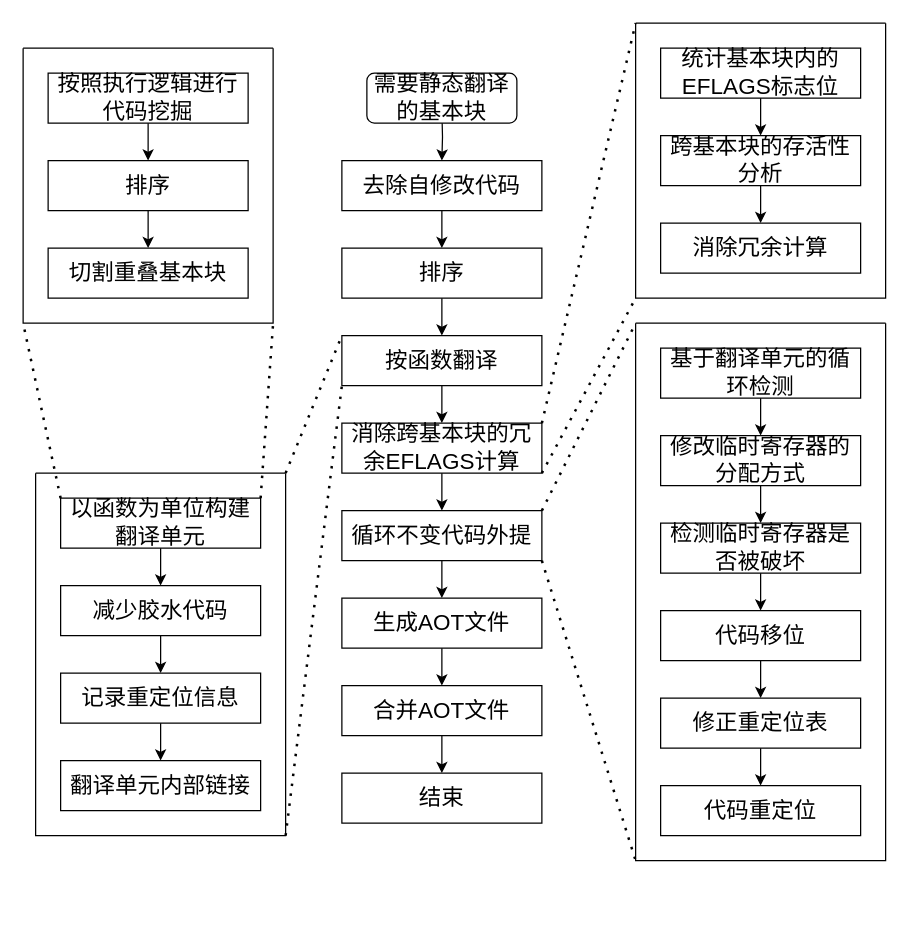
Before: page "第 32 页" (35 of 50) of lajit.drawio in ganjue66da/ganjue66da, a draw.io diagram. Source tidied: cells renumbered, new cells numbered last; positions are measured from the earlier drawing's top-left corner, leaving out a move shared by most shapes. Both pictures are drawn from the tidied source at 125%, with x=0, y=0 at pixel (22, 22).
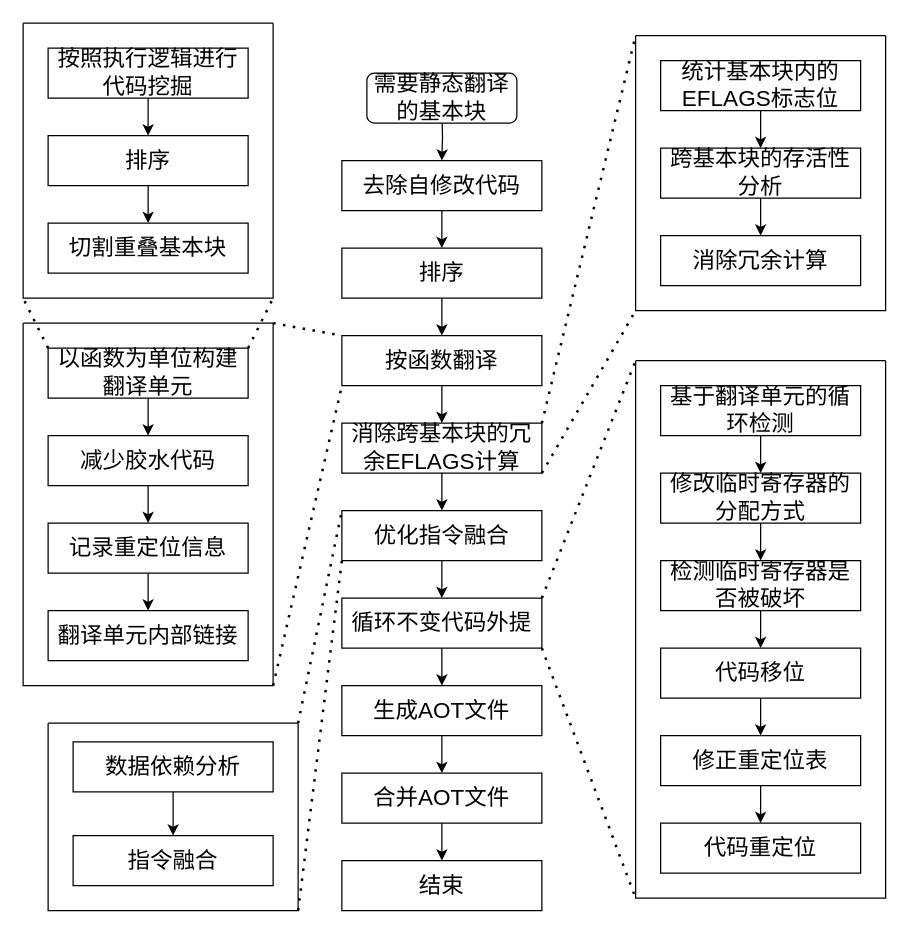
After the change.

Unchanged cells that the change refers to:
```xml
<mxCell id="11" value="消除跨基本块的冗余EFLAGS计算" style="rounded=0;whiteSpace=wrap;html=1;fontSize=18;fillColor=none;" parent="1" vertex="1">
  <mxGeometry x="255" y="320" width="160" height="40" as="geometry" />
</mxCell>
```

Diff of the diagram source:
```diff
@@
-    <mxCell id="10" style="edgeStyle=orthogonalEdgeStyle;rounded=0;jettySize=auto;html=1;" parent="1" edge="1" source="11" target="13">
-      <mxGeometry relative="1" as="geometry" />
-    </mxCell>
+    <mxCell id="59" style="edgeStyle=orthogonalEdgeStyle;rounded=0;jettySize=auto;html=1;fontSize=18;" parent="1" edge="1" source="11" target="61">
+      <mxGeometry relative="1" as="geometry" />
+    </mxCell>
@@
     <mxCell id="13" value="循环不变代码外提" style="rounded=0;whiteSpace=wrap;html=1;fontSize=18;fillColor=none;" parent="1" vertex="1">
-      <mxGeometry x="255" y="390" width="160" height="40" as="geometry" />
+      <mxGeometry x="255" y="460" width="160" height="40" as="geometry" />
     </mxCell>
     <mxCell id="14" style="edgeStyle=orthogonalEdgeStyle;rounded=0;jettySize=auto;html=1;" parent="1" edge="1" source="15">
       <mxGeometry relative="1" as="geometry">
-        <mxPoint x="335" y="530" as="targetPoint" />
+        <mxPoint x="335" y="600" as="targetPoint" />
       </mxGeometry>
     </mxCell>
     <mxCell id="15" value="生成AOT文件" style="rounded=0;whiteSpace=wrap;html=1;fontSize=18;fillColor=none;" parent="1" vertex="1">
-      <mxGeometry x="255" y="460" width="160" height="40" as="geometry" />
+      <mxGeometry x="255" y="530" width="160" height="40" as="geometry" />
     </mxCell>
@@
     <mxCell id="17" style="swimlane;startSize=0;" parent="1" vertex="1">
-      <mxGeometry x="10" y="360" width="200" height="290" as="geometry" />
+      <mxGeometry y="240" width="200" height="290" as="geometry" />
     </mxCell>
@@
     <mxCell id="26" style="swimlane;startSize=0;" parent="1" vertex="1">
-      <mxGeometry y="20" width="200" height="220" as="geometry" />
+      <mxGeometry width="200" height="220" as="geometry" />
     </mxCell>
@@
     <mxCell id="34" style="swimlane;startSize=0;" parent="1" vertex="1">
-      <mxGeometry x="490" width="200" height="220" as="geometry" />
+      <mxGeometry x="490" y="10" width="200" height="220" as="geometry" />
     </mxCell>
@@
     <mxCell id="42" style="swimlane;startSize=0;" parent="1" vertex="1">
-      <mxGeometry x="490" y="240" width="200" height="430" as="geometry" />
+      <mxGeometry x="490" y="270" width="200" height="430" as="geometry" />
     </mxCell>
@@
     <mxCell id="57" value="合并AOT文件" style="rounded=0;whiteSpace=wrap;html=1;fontSize=18;fillColor=none;" parent="1" vertex="1">
-      <mxGeometry x="255" y="530" width="160" height="40" as="geometry" />
+      <mxGeometry x="255" y="600" width="160" height="40" as="geometry" />
     </mxCell>
     <mxCell id="58" value="结束" style="rounded=0;whiteSpace=wrap;html=1;fontSize=18;fillColor=none;" parent="1" vertex="1">
-      <mxGeometry x="255" y="600" width="160" height="40" as="geometry" />
+      <mxGeometry x="255" y="670" width="160" height="40" as="geometry" />
     </mxCell>
+    <mxCell id="60" style="edgeStyle=orthogonalEdgeStyle;rounded=0;jettySize=auto;html=1;exitX=0.5;exitY=1;exitDx=0;exitDy=0;entryX=0.5;entryY=0;entryDx=0;entryDy=0;fontSize=18;" parent="1" edge="1" source="61" target="13">
+      <mxGeometry relative="1" as="geometry" />
+    </mxCell>
+    <mxCell id="61" value="优化指令融合" style="rounded=0;whiteSpace=wrap;html=1;fontSize=18;fillColor=none;" parent="1" vertex="1">
+      <mxGeometry x="255" y="390" width="160" height="40" as="geometry" />
+    </mxCell>
+    <mxCell id="62" style="swimlane;startSize=0;fontSize=18;" parent="1" vertex="1">
+      <mxGeometry x="20" y="560" width="200" height="150" as="geometry" />
+    </mxCell>
+    <mxCell id="63" value="数据依赖分析" style="rounded=0;whiteSpace=wrap;html=1;fontSize=18;fillColor=none;" parent="62" vertex="1">
+      <mxGeometry x="20" y="15" width="160" height="40" as="geometry" />
+    </mxCell>
+    <mxCell id="64" value="指令融合" style="rounded=0;whiteSpace=wrap;html=1;fontSize=18;fillColor=none;" parent="62" vertex="1">
+      <mxGeometry x="20" y="90" width="160" height="40" as="geometry" />
+    </mxCell>
+    <mxCell id="65" style="edgeStyle=orthogonalEdgeStyle;rounded=0;jettySize=auto;html=1;fontSize=18;" parent="62" edge="1" source="63" target="64">
+      <mxGeometry relative="1" as="geometry" />
+    </mxCell>
+    <mxCell id="66" style="endArrow=none;dashed=1;html=1;dashPattern=1 3;strokeWidth=2;rounded=0;fontSize=18;exitX=1;exitY=0;exitDx=0;exitDy=0;entryX=0;entryY=0;entryDx=0;entryDy=0;" parent="1" edge="1" source="62" target="61">
+      <mxGeometry relative="1" as="geometry" />
+    </mxCell>
+    <mxCell id="67" style="endArrow=none;dashed=1;html=1;dashPattern=1 3;strokeWidth=2;rounded=0;fontSize=18;exitX=1;exitY=1;exitDx=0;exitDy=0;entryX=0;entryY=1;entryDx=0;entryDy=0;" parent="1" edge="1" source="62" target="61">
+      <mxGeometry relative="1" as="geometry" />
+    </mxCell>
```
